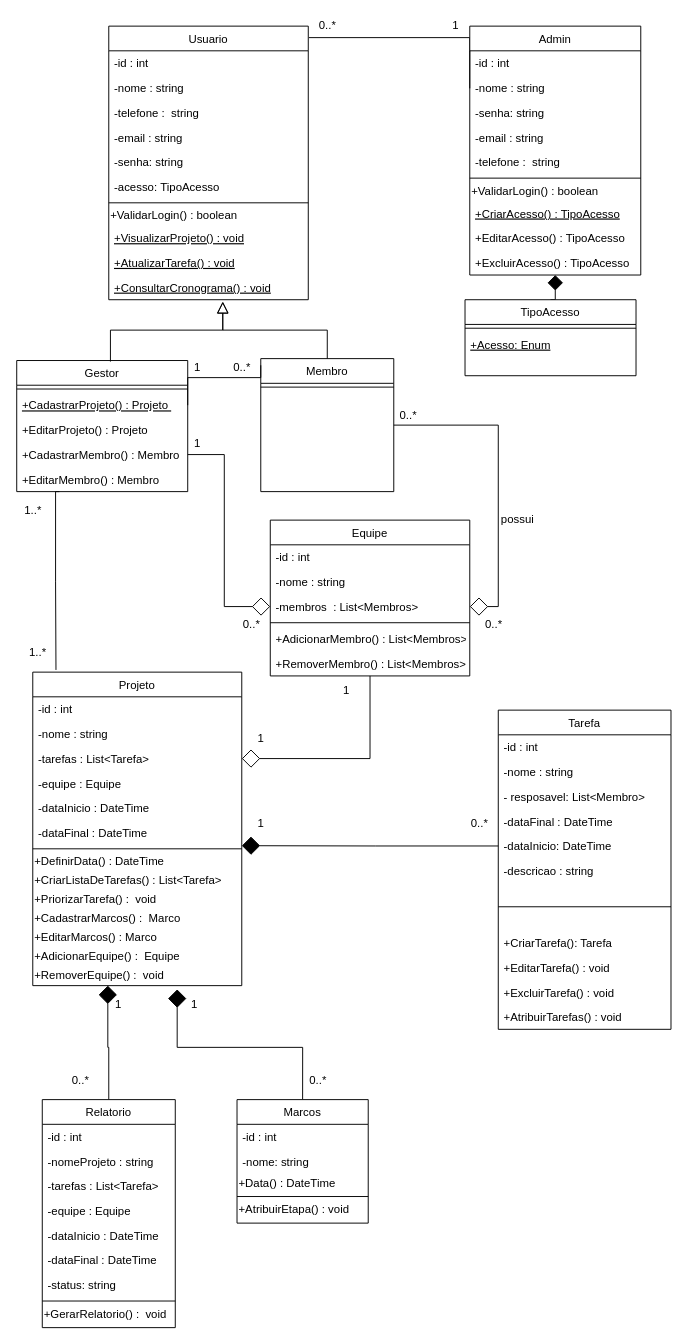
This is Diagrama de classes/Diagrama de classes Tcc.drawio from leoonn/Diagrama-de-classes, a draw.io file, before an edit. Source tidied: cells renumbered, new cells numbered last; positions are measured from the earlier drawing's top-left corner, leaving out a move shared by most shapes. Both pictures are drawn from the tidied source at 95%, with x=0, y=0 at pixel (16, 16).
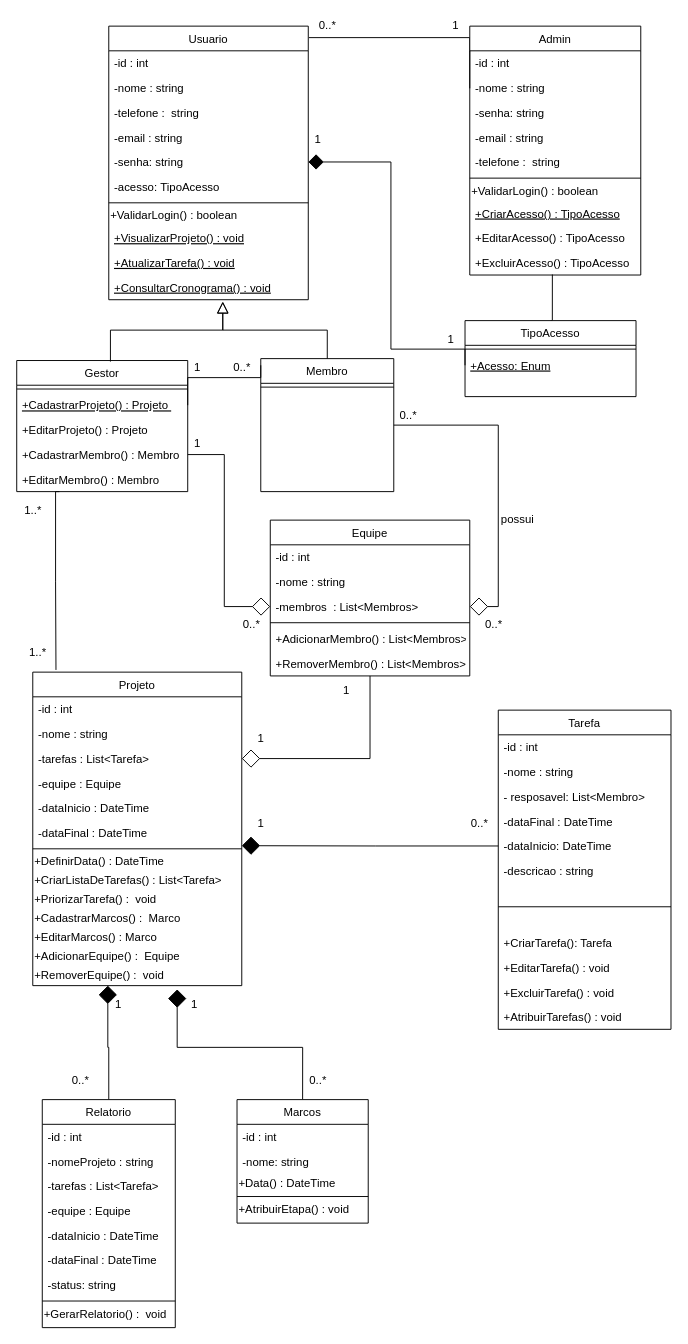
The same diagram, later.

Commit message:
Atualizando diagrama de calsses

Unchanged cells that the change refers to:
```xml
<mxCell id="7" value="-senha: string" style="text;align=left;verticalAlign=top;spacingLeft=4;spacingRight=4;overflow=hidden;points=[[0,0.5],[1,0.5]];portConstraint=eastwest;rounded=0;shadow=0;html=0;fontStyle=0;" parent="2" vertex="1">
  <mxGeometry y="130" width="210" height="26" as="geometry" />
</mxCell>
<mxCell id="97" value="Admin" style="swimlane;fontStyle=0;align=center;verticalAlign=top;horizontal=1;startSize=26;rounded=0;shadow=0;strokeWidth=1;" parent="1" vertex="1">
  <mxGeometry x="477" y="10" width="180" height="262" as="geometry" />
</mxCell>
<mxCell id="107" value="+ExcluirAcesso() : TipoAcesso" style="text;align=left;verticalAlign=top;spacingLeft=4;spacingRight=4;overflow=hidden;points=[[0,0.5],[1,0.5]];portConstraint=eastwest;" parent="97" vertex="1">
  <mxGeometry y="236" width="180" height="26" as="geometry" />
</mxCell>
<mxCell id="111" value="+Acesso: Enum" style="text;align=left;verticalAlign=top;spacingLeft=4;spacingRight=4;overflow=hidden;points=[[0,0.5],[1,0.5]];portConstraint=eastwest;fontStyle=4;" parent="109" vertex="1">
  <mxGeometry y="34" width="180" height="26" as="geometry" />
</mxCell>
```

Diff of the diagram source:
```diff
@@
-    <mxCell id="108" style="edgeStyle=orthogonalEdgeStyle;rounded=0;jettySize=auto;html=1;exitX=0.5;exitY=0;exitDx=0;exitDy=0;entryX=0.5;entryY=1;entryDx=0;entryDy=0;endArrow=diamond;endFill=1;endSize=14;" parent="1" edge="1" source="109" target="97">
-      <mxGeometry relative="1" as="geometry">
-        <Array as="points">
-          <mxPoint x="567" y="298" />
-        </Array>
-      </mxGeometry>
-    </mxCell>
+    <mxCell id="120" style="edgeStyle=orthogonalEdgeStyle;rounded=0;jettySize=auto;html=1;exitX=0.5;exitY=0;exitDx=0;exitDy=0;entryX=0.483;entryY=0.979;entryDx=0;entryDy=0;entryPerimeter=0;endArrow=none;endFill=0;endSize=14;" parent="1" edge="1" source="109" target="107">
+      <mxGeometry relative="1" as="geometry">
+        <Array as="points">
+          <mxPoint x="564" y="320" />
+        </Array>
+      </mxGeometry>
+    </mxCell>
     <mxCell id="109" value="TipoAcesso" style="swimlane;fontStyle=0;align=center;verticalAlign=top;horizontal=1;startSize=26;rounded=0;shadow=0;strokeWidth=1;" parent="1" vertex="1">
-      <mxGeometry x="472" y="298" width="180" height="80" as="geometry" />
+      <mxGeometry x="472" y="320" width="180" height="80" as="geometry" />
     </mxCell>
@@
+    <mxCell id="121" style="edgeStyle=orthogonalEdgeStyle;rounded=0;jettySize=auto;html=1;exitX=0;exitY=0.5;exitDx=0;exitDy=0;entryX=1;entryY=0.5;entryDx=0;entryDy=0;endArrow=diamond;endFill=1;endSize=14;" parent="1" edge="1" source="111" target="7">
+      <mxGeometry relative="1" as="geometry">
+        <Array as="points">
+          <mxPoint x="472" y="350" />
+          <mxPoint x="394" y="350" />
+          <mxPoint x="394" y="153" />
+        </Array>
+      </mxGeometry>
+    </mxCell>
+    <mxCell id="122" value="1" style="text;html=1;align=center;verticalAlign=middle;strokeColor=none;fillColor=none;" parent="1" vertex="1">
+      <mxGeometry x="307" y="120" width="20" height="20" as="geometry" />
+    </mxCell>
+    <mxCell id="123" value="1" style="text;html=1;align=center;verticalAlign=middle;strokeColor=none;fillColor=none;" parent="1" vertex="1">
+      <mxGeometry x="447" y="330" width="20" height="20" as="geometry" />
+    </mxCell>
```
